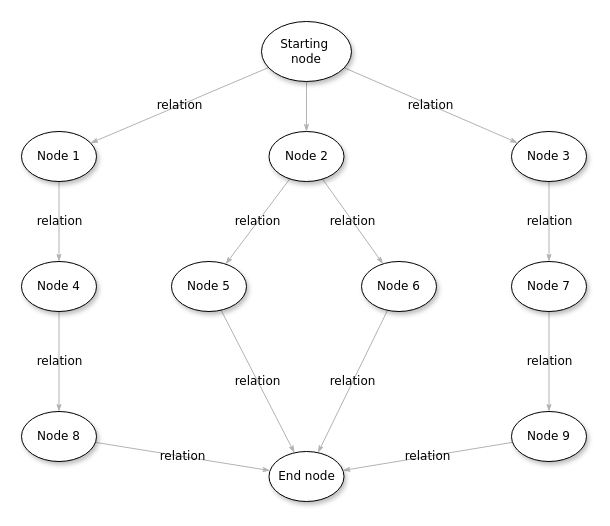
ymw321/ExcelApps keeps this draw.io diagram as workflow.drawio. Above is the earlier version. Source tidied: cells renumbered, new cells numbered last; positions are measured from the earlier drawing's top-left corner, leaving out a move shared by most shapes. Both pictures are drawn from the tidied source at 100%, with x=0, y=0 at pixel (21, 21).
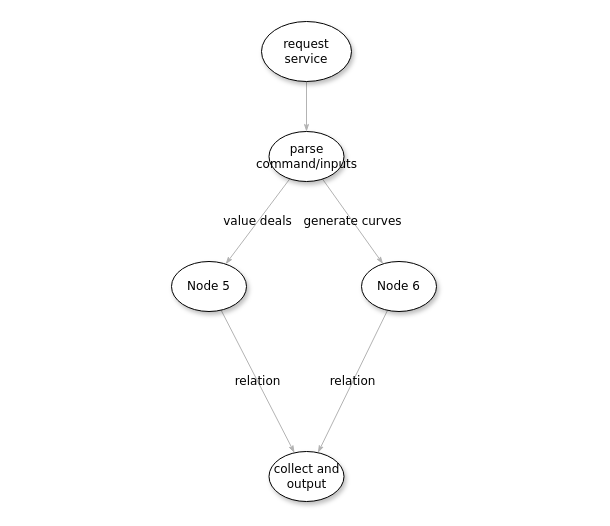
After the change.

The change refers to these unchanged cells:
```xml
<mxCell id="16" value="&lt;span&gt;Node 6&lt;/span&gt;" style="ellipse;whiteSpace=wrap;html=1;rounded=0;shadow=1;comic=0;labelBackgroundColor=none;strokeWidth=1;fontFamily=Verdana;fontSize=12;align=center;" parent="1" vertex="1">
  <mxGeometry x="340" y="240" width="75" height="50" as="geometry" />
</mxCell>
<mxCell id="18" value="&lt;span&gt;Node 5&lt;/span&gt;" style="ellipse;whiteSpace=wrap;html=1;rounded=0;shadow=1;comic=0;labelBackgroundColor=none;strokeWidth=1;fontFamily=Verdana;fontSize=12;align=center;" parent="1" vertex="1">
  <mxGeometry x="150" y="240" width="75" height="50" as="geometry" />
</mxCell>
```

The edit, as a diff of the source:
```diff
@@
-    <mxCell id="3" value="relation" style="edgeStyle=none;rounded=1;html=1;labelBackgroundColor=none;startArrow=none;startFill=0;startSize=5;endArrow=classicThin;endFill=1;endSize=5;jettySize=auto;strokeColor=#B3B3B3;strokeWidth=1;fontFamily=Verdana;fontSize=12;" parent="1" edge="1" source="5" target="21">
-      <mxGeometry relative="1" as="geometry" />
-    </mxCell>
-    <mxCell id="4" value="relation" style="edgeStyle=none;rounded=1;html=1;labelBackgroundColor=none;startArrow=none;startFill=0;startSize=5;endArrow=classicThin;endFill=1;endSize=5;jettySize=auto;strokeColor=#B3B3B3;strokeWidth=1;fontFamily=Verdana;fontSize=12;" parent="1" edge="1" source="5" target="10">
-      <mxGeometry relative="1" as="geometry" />
-    </mxCell>
-    <mxCell id="5" value="Starting&amp;nbsp;&lt;div&gt;node&lt;/div&gt;" style="ellipse;whiteSpace=wrap;html=1;rounded=0;shadow=1;comic=0;labelBackgroundColor=none;strokeWidth=1;fontFamily=Verdana;fontSize=12;align=center;" parent="1" vertex="1">
+    <mxCell id="5" value="request service" style="ellipse;whiteSpace=wrap;html=1;rounded=0;shadow=1;comic=0;labelBackgroundColor=none;strokeWidth=1;fontFamily=Verdana;fontSize=12;align=center;" parent="1" vertex="1">
       <mxGeometry x="240" width="90" height="60" as="geometry" />
     </mxCell>
-    <mxCell id="6" value="relation" style="edgeStyle=none;rounded=1;html=1;labelBackgroundColor=none;startArrow=none;startFill=0;startSize=5;endArrow=classicThin;endFill=1;endSize=5;jettySize=auto;strokeColor=#B3B3B3;strokeWidth=1;fontFamily=Verdana;fontSize=12;" parent="1" edge="1" source="8" target="18">
+    <mxCell id="6" value="value deals" style="edgeStyle=none;rounded=1;html=1;labelBackgroundColor=none;startArrow=none;startFill=0;startSize=5;endArrow=classicThin;endFill=1;endSize=5;jettySize=auto;strokeColor=#B3B3B3;strokeWidth=1;fontFamily=Verdana;fontSize=12;" parent="1" edge="1" source="8" target="18">
       <mxGeometry relative="1" as="geometry" />
     </mxCell>
-    <mxCell id="7" value="relation" style="edgeStyle=none;rounded=1;html=1;labelBackgroundColor=none;startArrow=none;startFill=0;startSize=5;endArrow=classicThin;endFill=1;endSize=5;jettySize=auto;strokeColor=#B3B3B3;strokeWidth=1;fontFamily=Verdana;fontSize=12;" parent="1" edge="1" source="8" target="16">
+    <mxCell id="7" value="generate curves" style="edgeStyle=none;rounded=1;html=1;labelBackgroundColor=none;startArrow=none;startFill=0;startSize=5;endArrow=classicThin;endFill=1;endSize=5;jettySize=auto;strokeColor=#B3B3B3;strokeWidth=1;fontFamily=Verdana;fontSize=12;" parent="1" edge="1" source="8" target="16">
       <mxGeometry relative="1" as="geometry" />
     </mxCell>
-    <mxCell id="8" value="&lt;span&gt;Node 2&lt;/span&gt;" style="ellipse;whiteSpace=wrap;html=1;rounded=0;shadow=1;comic=0;labelBackgroundColor=none;strokeWidth=1;fontFamily=Verdana;fontSize=12;align=center;" parent="1" vertex="1">
+    <mxCell id="8" value="&lt;span&gt;parse command/inputs&lt;/span&gt;" style="ellipse;whiteSpace=wrap;html=1;rounded=0;shadow=1;comic=0;labelBackgroundColor=none;strokeWidth=1;fontFamily=Verdana;fontSize=12;align=center;" parent="1" vertex="1">
       <mxGeometry x="247.5" y="110" width="75" height="50" as="geometry" />
     </mxCell>
-    <mxCell id="9" value="relation" style="edgeStyle=none;rounded=1;html=1;labelBackgroundColor=none;startArrow=none;startFill=0;startSize=5;endArrow=classicThin;endFill=1;endSize=5;jettySize=auto;strokeColor=#B3B3B3;strokeWidth=1;fontFamily=Verdana;fontSize=12;" parent="1" edge="1" source="10" target="12">
-      <mxGeometry relative="1" as="geometry" />
-    </mxCell>
-    <mxCell id="10" value="&lt;span&gt;Node 3&lt;/span&gt;" style="ellipse;whiteSpace=wrap;html=1;rounded=0;shadow=1;comic=0;labelBackgroundColor=none;strokeWidth=1;fontFamily=Verdana;fontSize=12;align=center;" parent="1" vertex="1">
-      <mxGeometry x="490" y="110" width="75" height="50" as="geometry" />
-    </mxCell>
-    <mxCell id="11" value="relation" style="edgeStyle=none;rounded=1;html=1;labelBackgroundColor=none;startArrow=none;startFill=0;startSize=5;endArrow=classicThin;endFill=1;endSize=5;jettySize=auto;strokeColor=#B3B3B3;strokeWidth=1;fontFamily=Verdana;fontSize=12;" parent="1" edge="1" source="12" target="14">
-      <mxGeometry relative="1" as="geometry" />
-    </mxCell>
-    <mxCell id="12" value="&lt;span&gt;Node 7&lt;/span&gt;" style="ellipse;whiteSpace=wrap;html=1;rounded=0;shadow=1;comic=0;labelBackgroundColor=none;strokeWidth=1;fontFamily=Verdana;fontSize=12;align=center;" parent="1" vertex="1">
-      <mxGeometry x="490" y="240" width="75" height="50" as="geometry" />
-    </mxCell>
-    <mxCell id="13" value="relation" style="edgeStyle=none;rounded=1;html=1;labelBackgroundColor=none;startArrow=none;startFill=0;startSize=5;endArrow=classicThin;endFill=1;endSize=5;jettySize=auto;strokeColor=#B3B3B3;strokeWidth=1;fontFamily=Verdana;fontSize=12;" parent="1" edge="1" source="14" target="19">
-      <mxGeometry relative="1" as="geometry" />
-    </mxCell>
-    <mxCell id="14" value="&lt;span&gt;Node 9&lt;/span&gt;" style="ellipse;whiteSpace=wrap;html=1;rounded=0;shadow=1;comic=0;labelBackgroundColor=none;strokeWidth=1;fontFamily=Verdana;fontSize=12;align=center;" parent="1" vertex="1">
-      <mxGeometry x="490" y="390" width="75" height="50" as="geometry" />
-    </mxCell>
@@
-    <mxCell id="19" value="End node" style="ellipse;whiteSpace=wrap;html=1;rounded=0;shadow=1;comic=0;labelBackgroundColor=none;strokeWidth=1;fontFamily=Verdana;fontSize=12;align=center;" parent="1" vertex="1">
+    <mxCell id="19" value="collect and output" style="ellipse;whiteSpace=wrap;html=1;rounded=0;shadow=1;comic=0;labelBackgroundColor=none;strokeWidth=1;fontFamily=Verdana;fontSize=12;align=center;" parent="1" vertex="1">
       <mxGeometry x="247.5" y="430" width="75" height="50" as="geometry" />
     </mxCell>
-    <mxCell id="20" value="relation" style="edgeStyle=none;rounded=1;html=1;labelBackgroundColor=none;startArrow=none;startFill=0;startSize=5;endArrow=classicThin;endFill=1;endSize=5;jettySize=auto;strokeColor=#B3B3B3;strokeWidth=1;fontFamily=Verdana;fontSize=12;" parent="1" edge="1" source="21" target="23">
-      <mxGeometry relative="1" as="geometry" />
-    </mxCell>
-    <mxCell id="21" value="Node 1" style="ellipse;whiteSpace=wrap;html=1;rounded=0;shadow=1;comic=0;labelBackgroundColor=none;strokeWidth=1;fontFamily=Verdana;fontSize=12;align=center;" parent="1" vertex="1">
-      <mxGeometry y="110" width="75" height="50" as="geometry" />
-    </mxCell>
-    <mxCell id="22" value="relation" style="edgeStyle=none;rounded=1;html=1;labelBackgroundColor=none;startArrow=none;startFill=0;startSize=5;endArrow=classicThin;endFill=1;endSize=5;jettySize=auto;strokeColor=#B3B3B3;strokeWidth=1;fontFamily=Verdana;fontSize=12;" parent="1" edge="1" source="23" target="25">
-      <mxGeometry relative="1" as="geometry" />
-    </mxCell>
-    <mxCell id="23" value="&lt;span&gt;Node 4&lt;/span&gt;" style="ellipse;whiteSpace=wrap;html=1;rounded=0;shadow=1;comic=0;labelBackgroundColor=none;strokeWidth=1;fontFamily=Verdana;fontSize=12;align=center;" parent="1" vertex="1">
-      <mxGeometry y="240" width="75" height="50" as="geometry" />
-    </mxCell>
-    <mxCell id="24" value="relation" style="edgeStyle=none;rounded=1;html=1;labelBackgroundColor=none;startArrow=none;startFill=0;startSize=5;endArrow=classicThin;endFill=1;endSize=5;jettySize=auto;strokeColor=#B3B3B3;strokeWidth=1;fontFamily=Verdana;fontSize=12;" parent="1" edge="1" source="25" target="19">
-      <mxGeometry relative="1" as="geometry" />
-    </mxCell>
-    <mxCell id="25" value="&lt;span&gt;Node 8&lt;/span&gt;" style="ellipse;whiteSpace=wrap;html=1;rounded=0;shadow=1;comic=0;labelBackgroundColor=none;strokeWidth=1;fontFamily=Verdana;fontSize=12;align=center;" parent="1" vertex="1">
-      <mxGeometry y="390" width="75" height="50" as="geometry" />
-    </mxCell>
```
